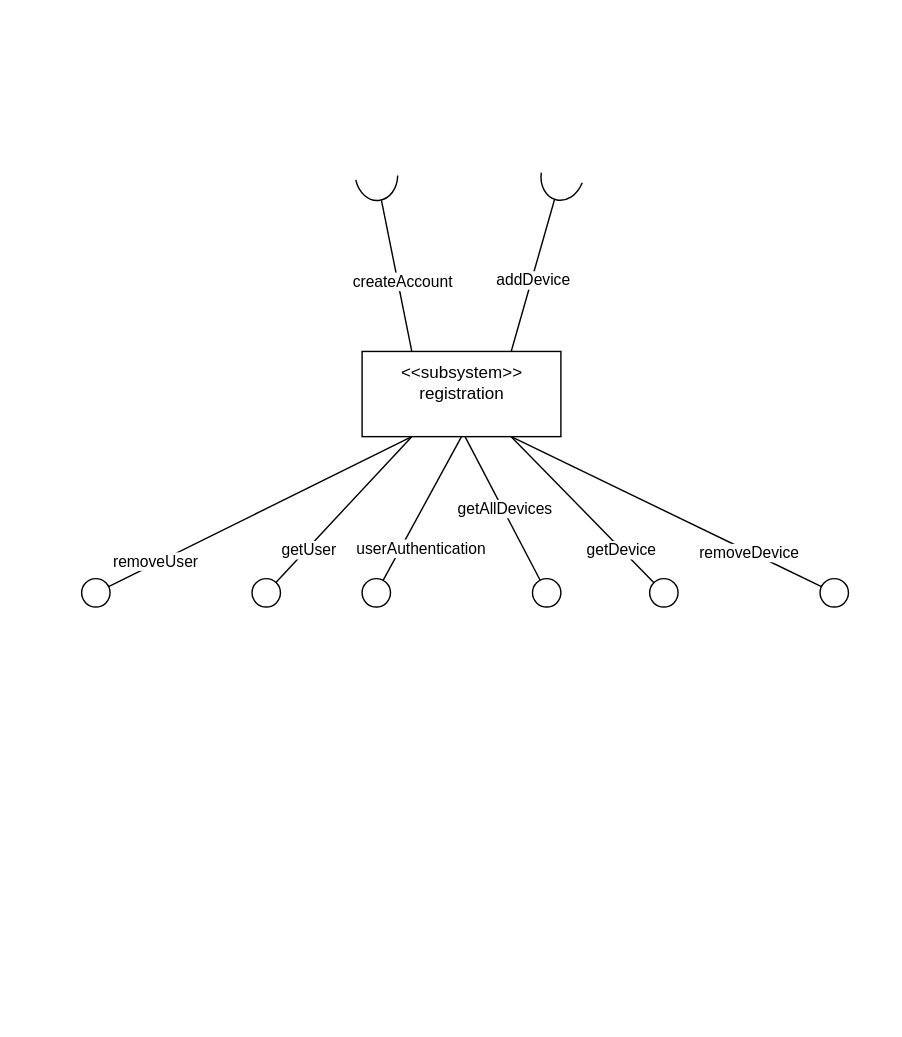
This is C&C_Diagram.drawio from uvic-teach/project-m1-team15, a draw.io file, before an edit. Source tidied: cells renumbered, new cells numbered last; positions are measured from the earlier drawing's top-left corner, leaving out a move shared by most shapes. Both pictures are drawn from the tidied source at 142%, with x=0, y=0 at pixel (38, 24).
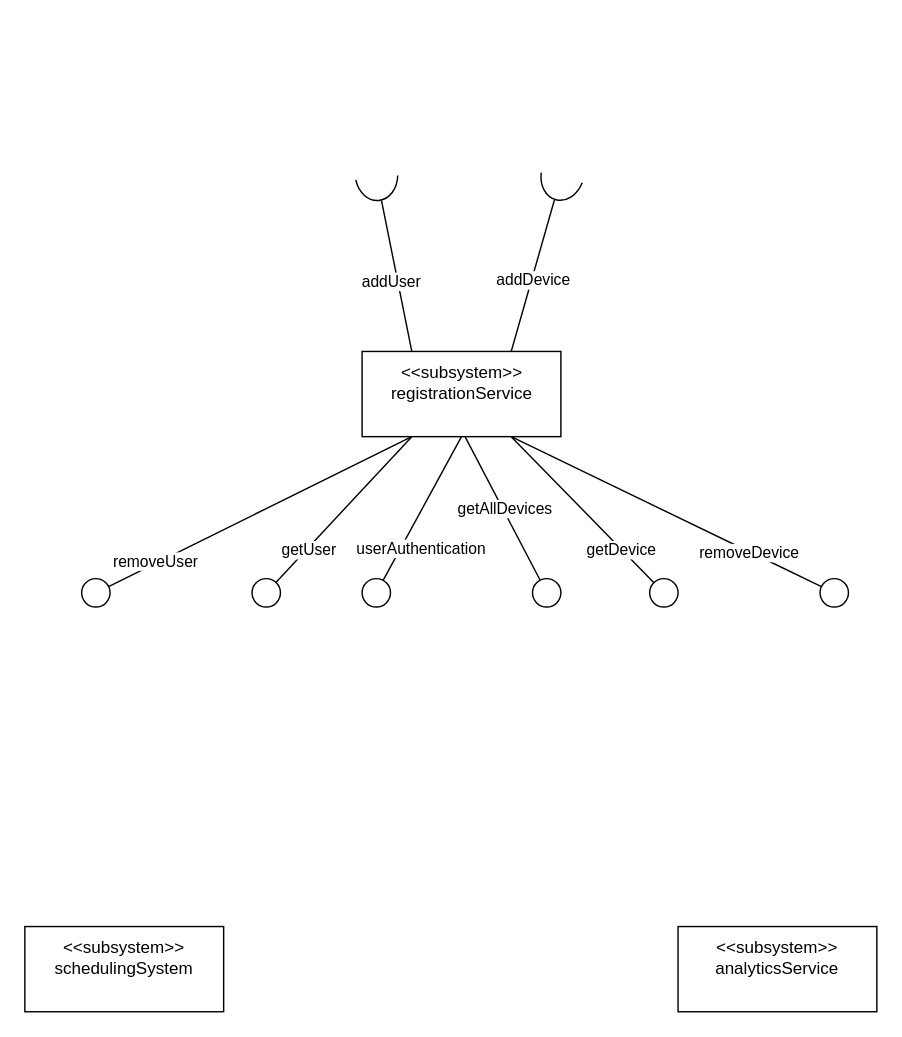
The same page after the edit.

Unchanged cells that the change refers to:
```xml
<mxCell id="33" style="endArrow=none;html=1;rounded=0;exitX=0.25;exitY=0;exitDx=0;exitDy=0;entryX=-0.002;entryY=0.565;entryDx=0;entryDy=0;entryPerimeter=0;" parent="1" edge="1" source="13" target="35">
  <mxGeometry relative="1" as="geometry" />
</mxCell>
```

The edit, as a diff of the source:
```diff
@@
     <mxCell id="2" style="endArrow=none;html=1;rounded=0;" parent="1" edge="1">
       <mxGeometry relative="1" as="geometry">
-        <mxPoint x="10" as="sourcePoint" />
-        <mxPoint x="10" as="targetPoint" />
+        <mxPoint x="10" y="15" as="sourcePoint" />
+        <mxPoint x="10" y="15" as="targetPoint" />
       </mxGeometry>
     </mxCell>
@@
-    <mxCell id="13" value="registration" style="rounded=0;whiteSpace=wrap;html=1;" parent="1" vertex="1">
+    <mxCell id="13" value="registrationService" style="rounded=0;whiteSpace=wrap;html=1;" parent="1" vertex="1">
       <mxGeometry x="227.5" y="230" width="140" height="60" as="geometry" />
     </mxCell>
@@
-    <mxCell id="34" value="createAccount" style="edgeLabel;html=1;align=center;verticalAlign=middle;" parent="33" vertex="1">
+    <mxCell id="34" value="addUser" style="edgeLabel;html=1;align=center;verticalAlign=middle;" parent="33" vertex="1">
       <mxGeometry x="-0.1" y="-3" relative="1" as="geometry">
-        <mxPoint y="-1" as="offset" />
+        <mxPoint x="-8" y="-1" as="offset" />
       </mxGeometry>
     </mxCell>
@@
+    <mxCell id="37" value="schedulingSystem" style="rounded=0;whiteSpace=wrap;html=1;" parent="1" vertex="1">
+      <mxGeometry x="-10" y="635" width="140" height="60" as="geometry" />
+    </mxCell>
+    <mxCell id="38" value="&amp;lt;&amp;lt;subsystem&amp;gt;&amp;gt;" style="text;html=1;strokeColor=none;fillColor=none;align=center;verticalAlign=middle;whiteSpace=wrap;rounded=0;" parent="1" vertex="1">
+      <mxGeometry x="30" y="635" width="60" height="30" as="geometry" />
+    </mxCell>
+    <mxCell id="39" value="analyticsService" style="rounded=0;whiteSpace=wrap;html=1;" parent="1" vertex="1">
+      <mxGeometry x="450" y="635" width="140" height="60" as="geometry" />
+    </mxCell>
+    <mxCell id="40" value="&amp;lt;&amp;lt;subsystem&amp;gt;&amp;gt;" style="text;html=1;strokeColor=none;fillColor=none;align=center;verticalAlign=middle;whiteSpace=wrap;rounded=0;" parent="1" vertex="1">
+      <mxGeometry x="490" y="635" width="60" height="30" as="geometry" />
+    </mxCell>
```
